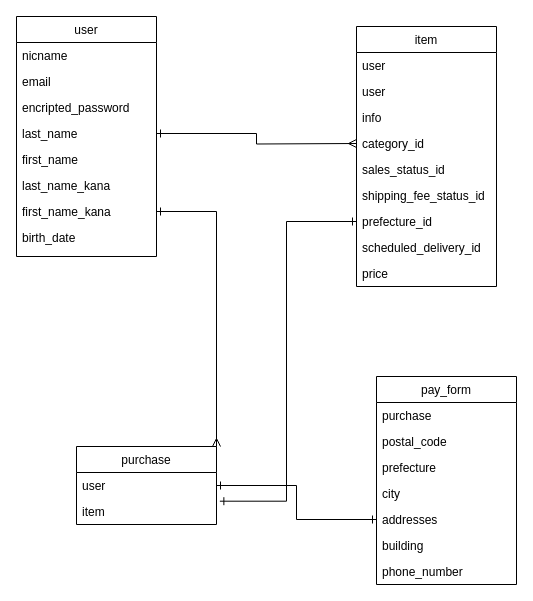
The draw.io diagram frima.dio in calcium840mg/furima-36132, before the edit. Source tidied: cells renumbered, new cells numbered last; positions are measured from the earlier drawing's top-left corner, leaving out a move shared by most shapes. Both pictures are drawn from the tidied source at 100%, with x=0, y=0 at pixel (16, 16).
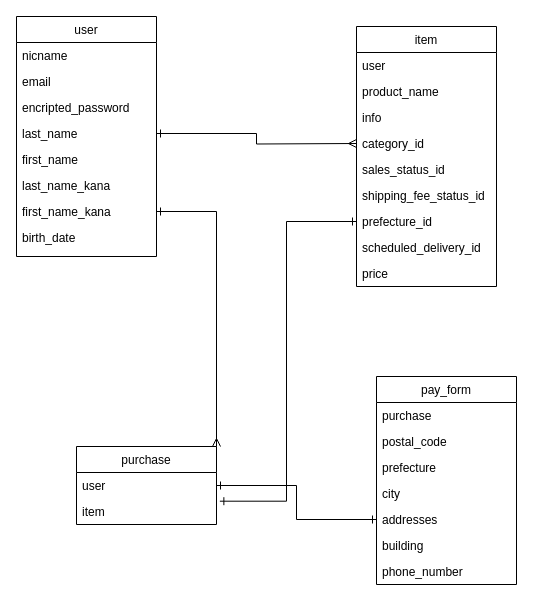
Above is the later version.

Unchanged cells that the change refers to:
```xml
<mxCell id="11" value="item" style="swimlane;fontStyle=0;horizontal=1;startSize=26;" parent="1" vertex="1">
  <mxGeometry x="340" y="10" width="140" height="260" as="geometry" />
</mxCell>
```

Change to the diagram source:
```diff
@@
-    <mxCell id="13" value="user" style="text;strokeColor=none;fillColor=none;align=left;verticalAlign=top;spacingLeft=4;spacingRight=4;overflow=hidden;" parent="11" vertex="1">
+    <mxCell id="13" value="product_name" style="text;strokeColor=none;fillColor=none;align=left;verticalAlign=top;spacingLeft=4;spacingRight=4;overflow=hidden;" parent="11" vertex="1">
       <mxGeometry y="52" width="140" height="26" as="geometry" />
     </mxCell>
```
